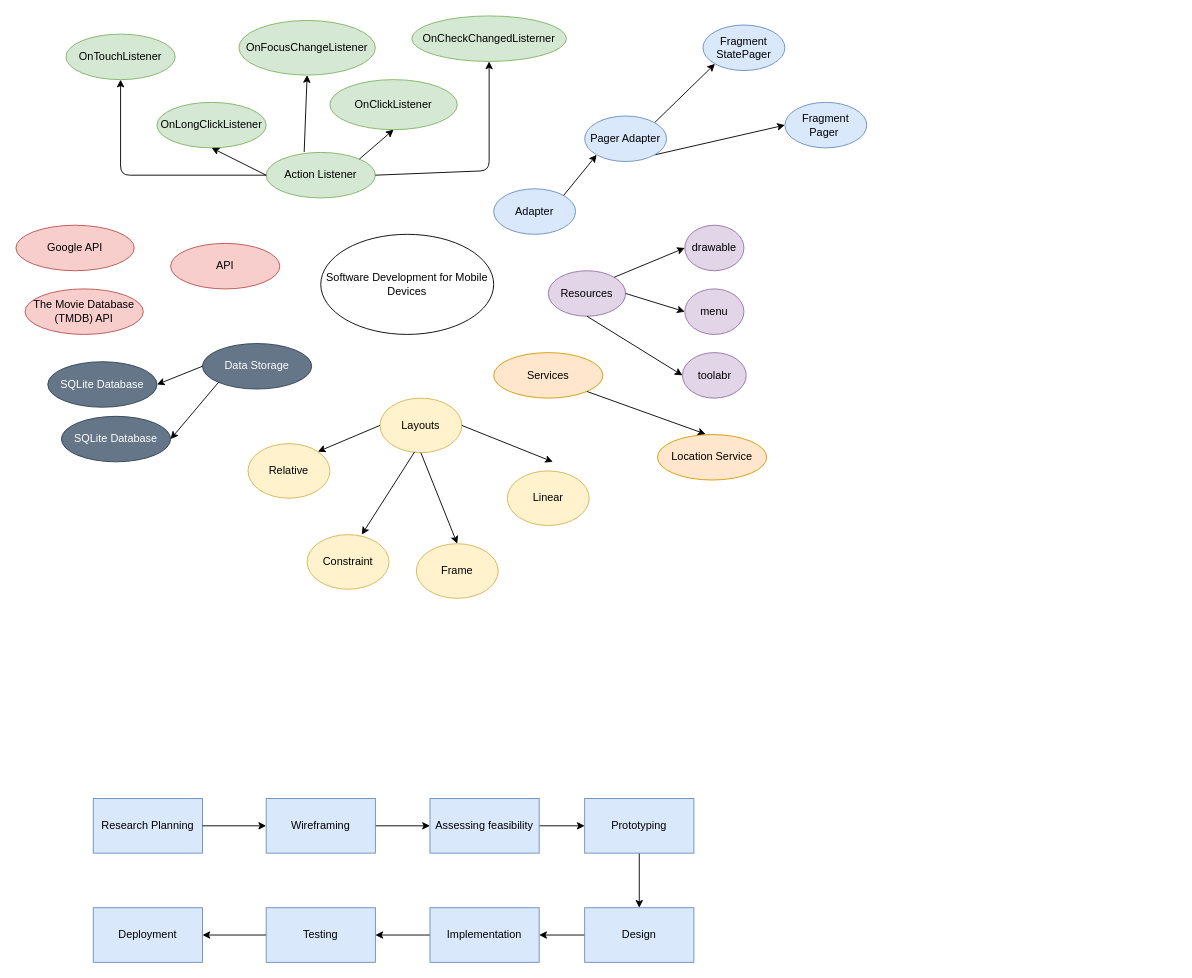
LastMinuteBanter/DistinctionTaskUML keeps this draw.io diagram as MindmapAndroid.drawio. Above is the earlier version. Source tidied: cells renumbered, new cells numbered last; positions are measured from the earlier drawing's top-left corner, leaving out a move shared by most shapes. Both pictures are drawn from the tidied source at 91%, with x=0, y=0 at pixel (15, 15).
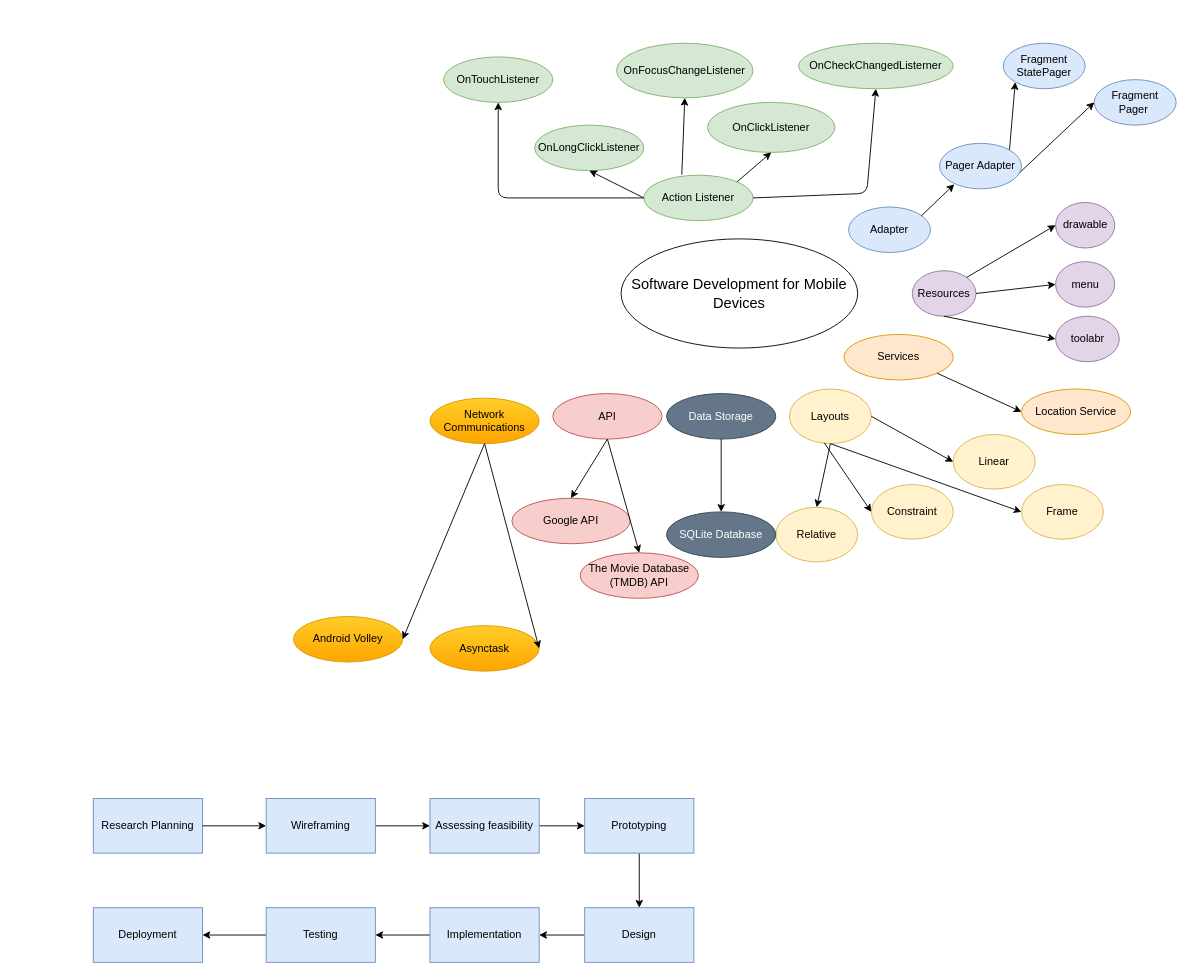
Above is the later version.

Diff of the diagram source:
```diff
@@
-    <mxCell id="2" value="Software Development for Mobile Devices" style="ellipse;whiteSpace=wrap;html=1;" parent="1" vertex="1">
-      <mxGeometry x="335" y="240" width="190" height="110" as="geometry" />
+    <mxCell id="2" value="&lt;font style=&quot;font-size: 16px&quot;&gt;Software Development for Mobile Devices&lt;/font&gt;" style="ellipse;whiteSpace=wrap;html=1;" parent="1" vertex="1">
+      <mxGeometry x="665" y="245" width="260" height="120" as="geometry" />
     </mxCell>
@@
     <mxCell id="18" value="Layouts" style="ellipse;whiteSpace=wrap;html=1;fillColor=#fff2cc;strokeColor=#d6b656;" parent="1" vertex="1">
-      <mxGeometry x="400" y="420" width="90" height="60" as="geometry" />
+      <mxGeometry x="850" y="410" width="90" height="60" as="geometry" />
     </mxCell>
     <mxCell id="19" value="Adapter" style="ellipse;whiteSpace=wrap;html=1;fillColor=#dae8fc;strokeColor=#6c8ebf;" parent="1" vertex="1">
-      <mxGeometry x="525" y="190" width="90" height="50" as="geometry" />
+      <mxGeometry x="915" y="210" width="90" height="50" as="geometry" />
     </mxCell>
     <mxCell id="20" value="Services" style="ellipse;whiteSpace=wrap;html=1;fillColor=#ffe6cc;strokeColor=#d79b00;" parent="1" vertex="1">
-      <mxGeometry x="525" y="370" width="120" height="50" as="geometry" />
+      <mxGeometry x="910" y="350" width="120" height="50" as="geometry" />
     </mxCell>
     <mxCell id="21" value="Action Listener" style="ellipse;whiteSpace=wrap;html=1;fillColor=#d5e8d4;strokeColor=#82b366;" parent="1" vertex="1">
-      <mxGeometry x="275" y="150" width="120" height="50" as="geometry" />
+      <mxGeometry x="690" y="175" width="120" height="50" as="geometry" />
     </mxCell>
     <mxCell id="22" value="Relative" style="ellipse;whiteSpace=wrap;html=1;fillColor=#fff2cc;strokeColor=#d6b656;" parent="1" vertex="1">
-      <mxGeometry x="255" y="470" width="90" height="60" as="geometry" />
+      <mxGeometry x="835" y="540" width="90" height="60" as="geometry" />
     </mxCell>
     <mxCell id="23" value="Constraint" style="ellipse;whiteSpace=wrap;html=1;fillColor=#fff2cc;strokeColor=#d6b656;" parent="1" vertex="1">
-      <mxGeometry x="320" y="570" width="90" height="60" as="geometry" />
+      <mxGeometry x="940" y="515" width="90" height="60" as="geometry" />
     </mxCell>
     <mxCell id="24" value="Linear" style="ellipse;whiteSpace=wrap;html=1;fillColor=#fff2cc;strokeColor=#d6b656;" parent="1" vertex="1">
-      <mxGeometry x="540" y="500" width="90" height="60" as="geometry" />
+      <mxGeometry x="1030" y="460" width="90" height="60" as="geometry" />
     </mxCell>
     <mxCell id="25" value="Frame" style="ellipse;whiteSpace=wrap;html=1;fillColor=#fff2cc;strokeColor=#d6b656;" parent="1" vertex="1">
-      <mxGeometry x="440" y="580" width="90" height="60" as="geometry" />
+      <mxGeometry x="1105" y="515" width="90" height="60" as="geometry" />
     </mxCell>
-    <mxCell id="26" style="endArrow=classic;html=1;exitX=1;exitY=0.5;exitDx=0;exitDy=0;" parent="1" edge="1" source="18">
-      <mxGeometry relative="1" as="geometry">
-        <mxPoint x="590" y="490" as="targetPoint" />
-      </mxGeometry>
+    <mxCell id="26" style="endArrow=classic;html=1;exitX=1;exitY=0.5;exitDx=0;exitDy=0;entryX=0;entryY=0.5;entryDx=0;entryDy=0;" parent="1" edge="1" source="18" target="24">
+      <mxGeometry relative="1" as="geometry" />
     </mxCell>
-    <mxCell id="27" style="endArrow=classic;html=1;exitX=0.5;exitY=1;exitDx=0;exitDy=0;entryX=0.5;entryY=0;entryDx=0;entryDy=0;" parent="1" edge="1" source="18" target="25">
+    <mxCell id="27" style="endArrow=classic;html=1;exitX=0.5;exitY=1;exitDx=0;exitDy=0;entryX=0;entryY=0.5;entryDx=0;entryDy=0;" parent="1" edge="1" source="18" target="25">
       <mxGeometry relative="1" as="geometry" />
     </mxCell>
-    <mxCell id="28" style="endArrow=classic;html=1;exitX=0.424;exitY=0.983;exitDx=0;exitDy=0;exitPerimeter=0;entryX=0.667;entryY=0;entryDx=0;entryDy=0;entryPerimeter=0;" parent="1" edge="1" source="18" target="23">
+    <mxCell id="28" style="endArrow=classic;html=1;exitX=0.424;exitY=0.983;exitDx=0;exitDy=0;exitPerimeter=0;entryX=0;entryY=0.5;entryDx=0;entryDy=0;" parent="1" edge="1" source="18" target="23">
       <mxGeometry relative="1" as="geometry" />
     </mxCell>
-    <mxCell id="29" style="endArrow=classic;html=1;exitX=0;exitY=0.5;exitDx=0;exitDy=0;entryX=1;entryY=0;entryDx=0;entryDy=0;" parent="1" edge="1" source="18" target="22">
-      <mxGeometry relative="1" as="geometry" />
-    </mxCell>
     <mxCell id="30" value="Fragment Pager&amp;nbsp;" style="ellipse;whiteSpace=wrap;html=1;fillColor=#dae8fc;strokeColor=#6c8ebf;" parent="1" vertex="1">
-      <mxGeometry x="845" y="95" width="90" height="50" as="geometry" />
+      <mxGeometry x="1185" y="70" width="90" height="50" as="geometry" />
     </mxCell>
     <mxCell id="31" value="Fragment StatePager" style="ellipse;whiteSpace=wrap;html=1;fillColor=#dae8fc;strokeColor=#6c8ebf;" parent="1" vertex="1">
-      <mxGeometry x="755" y="10" width="90" height="50" as="geometry" />
+      <mxGeometry x="1085" y="30" width="90" height="50" as="geometry" />
     </mxCell>
@@
     <mxCell id="34" value="OnClickListener" style="ellipse;whiteSpace=wrap;html=1;fillColor=#d5e8d4;strokeColor=#82b366;" parent="1" vertex="1">
-      <mxGeometry x="345" y="70" width="140" height="55" as="geometry" />
+      <mxGeometry x="760" y="95" width="140" height="55" as="geometry" />
     </mxCell>
     <mxCell id="35" value="OnCheckChangedListerner" style="ellipse;whiteSpace=wrap;html=1;fillColor=#d5e8d4;strokeColor=#82b366;" parent="1" vertex="1">
-      <mxGeometry x="435" width="170" height="50" as="geometry" />
+      <mxGeometry x="860" y="30" width="170" height="50" as="geometry" />
     </mxCell>
     <mxCell id="36" value="OnTouchListener" style="ellipse;whiteSpace=wrap;html=1;fillColor=#d5e8d4;strokeColor=#82b366;" parent="1" vertex="1">
-      <mxGeometry x="55" y="20" width="120" height="50" as="geometry" />
+      <mxGeometry x="470" y="45" width="120" height="50" as="geometry" />
     </mxCell>
     <mxCell id="37" value="OnLongClickListener" style="ellipse;whiteSpace=wrap;html=1;fillColor=#d5e8d4;strokeColor=#82b366;" parent="1" vertex="1">
-      <mxGeometry x="155" y="95" width="120" height="50" as="geometry" />
+      <mxGeometry x="570" y="120" width="120" height="50" as="geometry" />
     </mxCell>
     <mxCell id="38" value="OnFocusChangeListener" style="ellipse;whiteSpace=wrap;html=1;fillColor=#d5e8d4;strokeColor=#82b366;" parent="1" vertex="1">
-      <mxGeometry x="245" y="5" width="150" height="60" as="geometry" />
+      <mxGeometry x="660" y="30" width="150" height="60" as="geometry" />
     </mxCell>
@@
     <mxCell id="40" style="endArrow=classic;html=1;entryX=0.5;entryY=1;entryDx=0;entryDy=0;exitX=0;exitY=0.5;exitDx=0;exitDy=0;" parent="1" edge="1" source="21" target="36">
       <mxGeometry relative="1" as="geometry">
         <Array as="points">
-          <mxPoint x="115" y="175" />
+          <mxPoint x="530" y="200" />
         </Array>
       </mxGeometry>
     </mxCell>
     <mxCell id="41" style="endArrow=classic;html=1;entryX=0.5;entryY=1;entryDx=0;entryDy=0;exitX=1;exitY=0.5;exitDx=0;exitDy=0;" parent="1" edge="1" source="21" target="35">
       <mxGeometry relative="1" as="geometry">
         <Array as="points">
-          <mxPoint x="520" y="170" />
+          <mxPoint x="935" y="195" />
         </Array>
       </mxGeometry>
     </mxCell>
@@
     <mxCell id="44" value="Pager Adapter" style="ellipse;whiteSpace=wrap;html=1;fillColor=#dae8fc;strokeColor=#6c8ebf;" parent="1" vertex="1">
-      <mxGeometry x="625" y="110" width="90" height="50" as="geometry" />
+      <mxGeometry x="1015" y="140" width="90" height="50" as="geometry" />
     </mxCell>
-    <mxCell id="45" style="endArrow=classic;html=1;exitX=1;exitY=0;exitDx=0;exitDy=0;entryX=0;entryY=1;entryDx=0;entryDy=0;" parent="1" edge="1" source="19" target="44">
-      <mxGeometry relative="1" as="geometry" />
+    <mxCell id="45" style="endArrow=classic;html=1;exitX=1;exitY=0;exitDx=0;exitDy=0;entryX=0;entryY=1;entryDx=0;entryDy=0;" parent="1" edge="1">
+      <mxGeometry relative="1" as="geometry">
+        <mxPoint x="995" y="219.7" as="sourcePoint" />
+        <mxPoint x="1031.2" y="185" as="targetPoint" />
+      </mxGeometry>
     </mxCell>
     <mxCell id="46" value="Location Service" style="ellipse;whiteSpace=wrap;html=1;fillColor=#ffe6cc;strokeColor=#d79b00;" parent="1" vertex="1">
-      <mxGeometry x="705" y="460" width="120" height="50" as="geometry" />
+      <mxGeometry x="1105" y="410" width="120" height="50" as="geometry" />
     </mxCell>
     <mxCell id="47" value="API" style="ellipse;whiteSpace=wrap;html=1;fillColor=#f8cecc;strokeColor=#b85450;" parent="1" vertex="1">
-      <mxGeometry x="170" y="250" width="120" height="50" as="geometry" />
+      <mxGeometry x="590" y="415" width="120" height="50" as="geometry" />
     </mxCell>
     <mxCell id="48" value="Resources" style="ellipse;whiteSpace=wrap;html=1;fillColor=#e1d5e7;strokeColor=#9673a6;" parent="1" vertex="1">
-      <mxGeometry x="585" y="280" width="85" height="50" as="geometry" />
+      <mxGeometry x="985" y="280" width="70" height="50" as="geometry" />
     </mxCell>
     <mxCell id="49" value="drawable" style="ellipse;whiteSpace=wrap;html=1;fillColor=#e1d5e7;strokeColor=#9673a6;" parent="1" vertex="1">
-      <mxGeometry x="735" y="230" width="65" height="50" as="geometry" />
+      <mxGeometry x="1142.5" y="205" width="65" height="50" as="geometry" />
     </mxCell>
     <mxCell id="50" value="menu" style="ellipse;whiteSpace=wrap;html=1;fillColor=#e1d5e7;strokeColor=#9673a6;" parent="1" vertex="1">
-      <mxGeometry x="735" y="300" width="65" height="50" as="geometry" />
+      <mxGeometry x="1142.5" y="270" width="65" height="50" as="geometry" />
     </mxCell>
     <mxCell id="51" value="toolabr" style="ellipse;whiteSpace=wrap;html=1;fillColor=#e1d5e7;strokeColor=#9673a6;" parent="1" vertex="1">
-      <mxGeometry x="732.5" y="370" width="70" height="50" as="geometry" />
+      <mxGeometry x="1142.5" y="330" width="70" height="50" as="geometry" />
     </mxCell>
-    <mxCell id="52" style="endArrow=classic;html=1;exitX=1;exitY=1;exitDx=0;exitDy=0;entryX=0.441;entryY=-0.009;entryDx=0;entryDy=0;entryPerimeter=0;" parent="1" edge="1" source="20" target="46">
+    <mxCell id="52" style="endArrow=classic;html=1;exitX=1;exitY=1;exitDx=0;exitDy=0;entryX=0;entryY=0.5;entryDx=0;entryDy=0;" parent="1" edge="1" source="20" target="46">
       <mxGeometry relative="1" as="geometry" />
     </mxCell>
@@
     <mxCell id="56" value="Google API" style="ellipse;whiteSpace=wrap;html=1;fillColor=#f8cecc;strokeColor=#b85450;" parent="1" vertex="1">
-      <mxGeometry y="230" width="130" height="50" as="geometry" />
+      <mxGeometry x="545" y="530" width="130" height="50" as="geometry" />
     </mxCell>
     <mxCell id="57" value="The Movie Database (TMDB) API" style="ellipse;whiteSpace=wrap;html=1;fillColor=#f8cecc;strokeColor=#b85450;" parent="1" vertex="1">
-      <mxGeometry x="10" y="300" width="130" height="50" as="geometry" />
+      <mxGeometry x="620" y="590" width="130" height="50" as="geometry" />
     </mxCell>
     <mxCell id="58" value="Data Storage" style="ellipse;whiteSpace=wrap;html=1;fillColor=#647687;strokeColor=#314354;fontColor=#ffffff;" parent="1" vertex="1">
-      <mxGeometry x="205" y="360" width="120" height="50" as="geometry" />
+      <mxGeometry x="715" y="415" width="120" height="50" as="geometry" />
     </mxCell>
     <mxCell id="59" value="SQLite Database" style="ellipse;whiteSpace=wrap;html=1;fillColor=#647687;strokeColor=#314354;fontColor=#ffffff;" parent="1" vertex="1">
-      <mxGeometry x="35" y="380" width="120" height="50" as="geometry" />
+      <mxGeometry x="715" y="545" width="120" height="50" as="geometry" />
     </mxCell>
-    <mxCell id="60" value="SQLite Database" style="ellipse;whiteSpace=wrap;html=1;fillColor=#647687;strokeColor=#314354;fontColor=#ffffff;" parent="1" vertex="1">
-      <mxGeometry x="50" y="440" width="120" height="50" as="geometry" />
-    </mxCell>
-    <mxCell id="61" style="endArrow=classic;html=1;entryX=1;entryY=0.5;entryDx=0;entryDy=0;exitX=0;exitY=0.5;exitDx=0;exitDy=0;" parent="1" edge="1" source="58" target="59">
+    <mxCell id="61" style="endArrow=classic;html=1;entryX=0.5;entryY=0;entryDx=0;entryDy=0;exitX=0.5;exitY=1;exitDx=0;exitDy=0;" parent="1" edge="1" source="58" target="59">
       <mxGeometry relative="1" as="geometry" />
     </mxCell>
-    <mxCell id="62" style="endArrow=classic;html=1;entryX=1;entryY=0.5;entryDx=0;entryDy=0;exitX=0;exitY=1;exitDx=0;exitDy=0;" parent="1" edge="1" source="58" target="60">
-      <mxGeometry relative="1" as="geometry" />
-    </mxCell>
+    <mxCell id="63" value="Network Communications" style="ellipse;whiteSpace=wrap;html=1;fillColor=#ffcd28;strokeColor=#d79b00;gradientColor=#ffa500;" parent="1" vertex="1">
+      <mxGeometry x="455" y="420" width="120" height="50" as="geometry" />
+    </mxCell>
+    <mxCell id="64" value="Android Volley" style="ellipse;whiteSpace=wrap;html=1;fillColor=#ffcd28;strokeColor=#d79b00;gradientColor=#ffa500;" parent="1" vertex="1">
+      <mxGeometry x="305" y="660" width="120" height="50" as="geometry" />
+    </mxCell>
+    <mxCell id="65" value="Asynctask" style="ellipse;whiteSpace=wrap;html=1;fillColor=#ffcd28;strokeColor=#d79b00;gradientColor=#ffa500;" parent="1" vertex="1">
+      <mxGeometry x="455" y="670" width="120" height="50" as="geometry" />
+    </mxCell>
+    <mxCell id="66" style="endArrow=classic;html=1;exitX=0.5;exitY=1;exitDx=0;exitDy=0;entryX=0.5;entryY=0;entryDx=0;entryDy=0;" parent="1" edge="1" source="47" target="56">
+      <mxGeometry relative="1" as="geometry" />
+    </mxCell>
+    <mxCell id="67" style="endArrow=classic;html=1;exitX=0.5;exitY=1;exitDx=0;exitDy=0;entryX=0.5;entryY=0;entryDx=0;entryDy=0;" parent="1" edge="1" source="47" target="57">
+      <mxGeometry relative="1" as="geometry" />
+    </mxCell>
+    <mxCell id="68" style="endArrow=classic;html=1;entryX=1;entryY=0.5;entryDx=0;entryDy=0;exitX=0.5;exitY=1;exitDx=0;exitDy=0;" parent="1" edge="1" source="63" target="64">
+      <mxGeometry relative="1" as="geometry" />
+    </mxCell>
+    <mxCell id="69" style="endArrow=classic;html=1;entryX=1;entryY=0.5;entryDx=0;entryDy=0;exitX=0.5;exitY=1;exitDx=0;exitDy=0;" parent="1" edge="1" source="63" target="65">
+      <mxGeometry relative="1" as="geometry" />
+    </mxCell>
+    <mxCell id="29" style="endArrow=classic;html=1;exitX=0.5;exitY=1;exitDx=0;exitDy=0;entryX=0.5;entryY=0;entryDx=0;entryDy=0;" parent="1" edge="1" source="18" target="22">
+      <mxGeometry relative="1" as="geometry" />
+    </mxCell>
```
